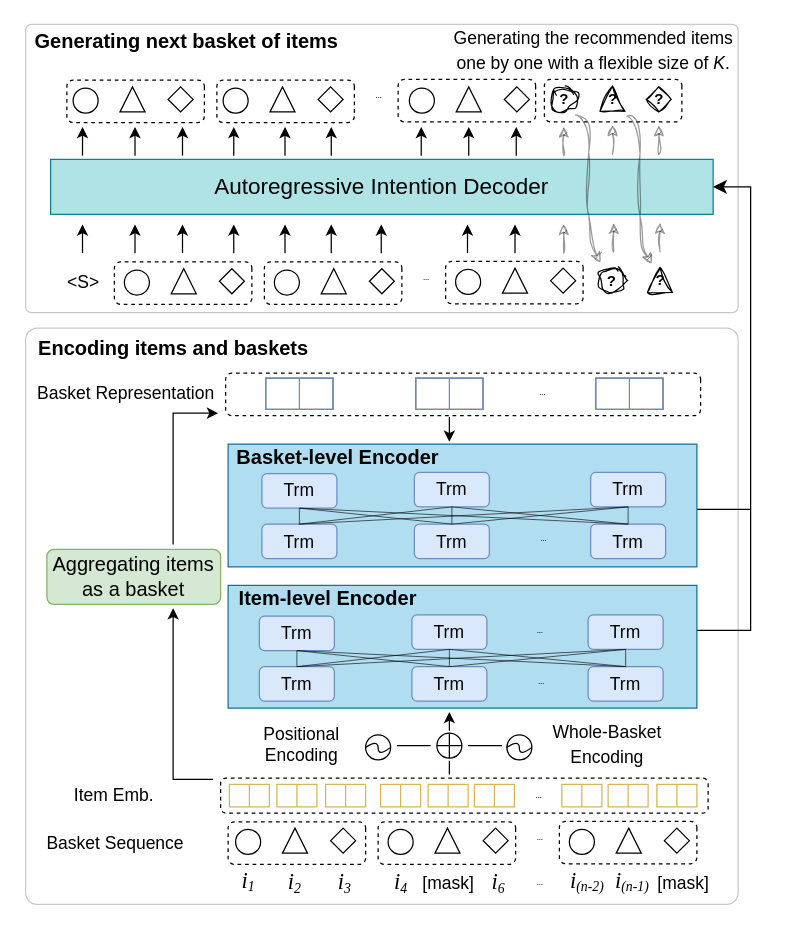
Earlier version of the draw.io diagram architecture.drawio (wenqisun/data). Source tidied: cells renumbered, new cells numbered last; positions are measured from the earlier drawing's top-left corner, leaving out a move shared by most shapes. Both pictures are drawn from the tidied source at 125%, with x=0, y=0 at pixel (21, 21).
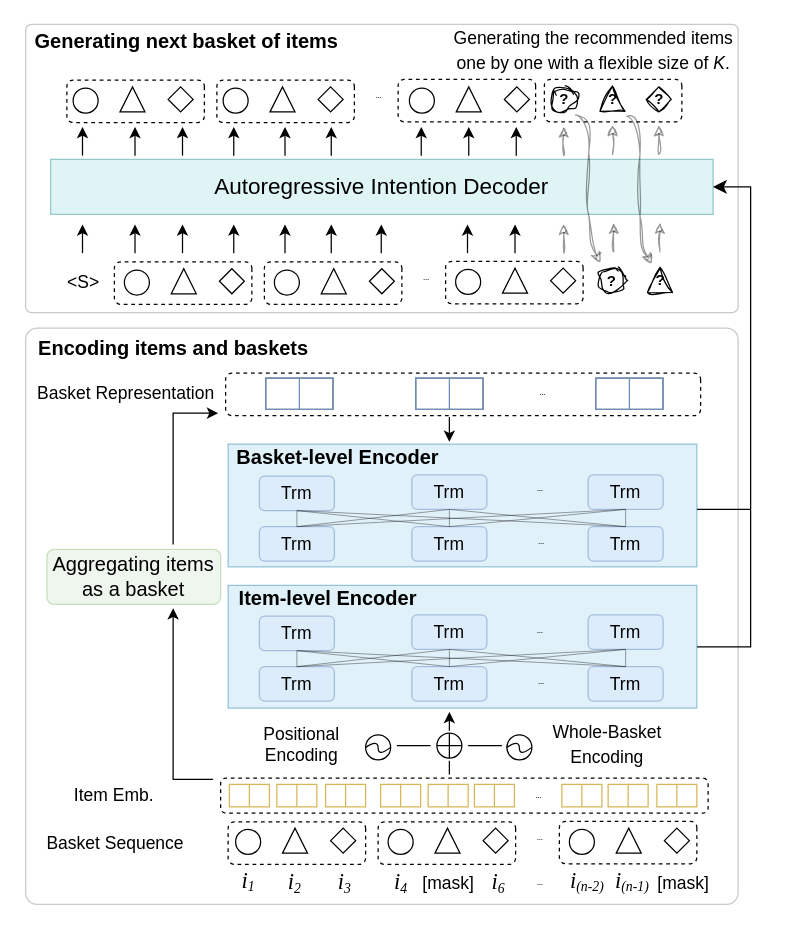
The same page after the edit.

Unchanged cells that the change refers to:
```xml
<mxCell id="76" style="group;" parent="1" vertex="1">
  <mxGeometry x="164" y="445" width="376" height="116" as="geometry" />
</mxCell>
```

The edit, as a diff of the source:
```diff
@@
-    <mxCell id="6" value="&lt;font style=&quot;font-size: 16px;&quot;&gt;Aggregating items &lt;br&gt;as a basket&lt;/font&gt;" style="rounded=1;whiteSpace=wrap;html=1;fontSize=14;fillColor=#d5e8d4;strokeColor=#82b366;arcSize=13;gradientColor=none;" parent="1" vertex="1">
+    <mxCell id="6" value="&lt;font style=&quot;font-size: 16px;&quot;&gt;Aggregating items &lt;br&gt;as a basket&lt;/font&gt;" style="rounded=1;whiteSpace=wrap;html=1;fontSize=14;fillColor=#d5e8d4;strokeColor=#82b366;arcSize=13;gradientColor=none;opacity=40;" parent="1" vertex="1">
       <mxGeometry x="20" y="422" width="139" height="44" as="geometry" />
     </mxCell>
@@
-    <mxCell id="17" value="&lt;font style=&quot;font-size: 18px;&quot;&gt;Autoregressive Intention Decoder&lt;/font&gt;" style="rounded=0;whiteSpace=wrap;html=1;fillColor=#b0e3e6;strokeColor=#0e8088;" parent="1" vertex="1">
+    <mxCell id="17" value="&lt;font style=&quot;font-size: 18px;&quot;&gt;Autoregressive Intention Decoder&lt;/font&gt;" style="rounded=0;whiteSpace=wrap;html=1;fillColor=#b0e3e6;strokeColor=#0e8088;opacity=40;" parent="1" vertex="1">
       <mxGeometry x="23" y="110" width="530" height="44" as="geometry" />
     </mxCell>
@@
-    <mxCell id="45" style="edgeStyle=elbowEdgeStyle;elbow=horizontal;endArrow=classic;html=1;curved=0;rounded=0;endSize=8;startSize=8;fontFamily=Lucida Console;fontSize=12;entryX=1;entryY=0.5;entryDx=0;entryDy=0;exitX=0.987;exitY=0.366;exitDx=0;exitDy=0;exitPerimeter=0;" parent="1" edge="1" source="77" target="17">
+    <mxCell id="45" style="edgeStyle=elbowEdgeStyle;elbow=horizontal;endArrow=classic;html=1;curved=0;rounded=0;endSize=8;startSize=8;fontFamily=Lucida Console;fontSize=12;entryX=1;entryY=0.5;entryDx=0;entryDy=0;exitX=1;exitY=0.5;exitDx=0;exitDy=0;" parent="1" edge="1" source="77" target="17">
       <mxGeometry relative="1" as="geometry">
         <Array as="points">
           <mxPoint x="583" y="294" />
         </Array>
       </mxGeometry>
     </mxCell>
@@
-    <mxCell id="73" style="group;" parent="1" vertex="1">
+    <mxCell id="73" style="group;opacity=40;" parent="1" vertex="1">
       <mxGeometry x="164" y="332" width="376" height="116" as="geometry" />
     </mxCell>
-    <mxCell id="74" style="rounded=0;whiteSpace=wrap;html=1;fillColor=#b1ddf0;strokeColor=#10739e;" parent="73" vertex="1">
+    <mxCell id="74" style="rounded=0;whiteSpace=wrap;html=1;fillColor=#b1ddf0;strokeColor=#10739e;opacity=40;" parent="73" vertex="1">
       <mxGeometry x="1" y="5.8" width="375" height="98.2" as="geometry" />
     </mxCell>
@@
-    <mxCell id="77" style="rounded=0;whiteSpace=wrap;html=1;fillColor=#b1ddf0;strokeColor=#10739e;" parent="76" vertex="1">
+    <mxCell id="77" style="rounded=0;whiteSpace=wrap;html=1;fillColor=#b1ddf0;strokeColor=#10739e;opacity=40;" parent="76" vertex="1">
       <mxGeometry x="1" y="5.8" width="375" height="98.2" as="geometry" />
     </mxCell>
-    <mxCell id="78" value="&lt;font style=&quot;font-size: 14px;&quot;&gt;Trm&lt;/font&gt;" style="rounded=1;whiteSpace=wrap;html=1;fillColor=#dae8fc;strokeColor=#6c8ebf;gradientColor=none;" parent="76" vertex="1">
+    <mxCell id="78" value="&lt;font style=&quot;font-size: 14px;&quot;&gt;Trm&lt;/font&gt;" style="rounded=1;whiteSpace=wrap;html=1;fillColor=#dae8fc;strokeColor=#6c8ebf;gradientColor=none;opacity=50;" parent="76" vertex="1">
       <mxGeometry x="26" y="30.4" width="60" height="27.6" as="geometry" />
     </mxCell>
-    <mxCell id="79" value="&lt;font style=&quot;font-size: 14px;&quot;&gt;Trm&lt;/font&gt;" style="rounded=1;whiteSpace=wrap;html=1;fillColor=#dae8fc;strokeColor=#6c8ebf;" parent="76" vertex="1">
+    <mxCell id="79" value="&lt;font style=&quot;font-size: 14px;&quot;&gt;Trm&lt;/font&gt;" style="rounded=1;whiteSpace=wrap;html=1;fillColor=#dae8fc;strokeColor=#6c8ebf;opacity=50;" parent="76" vertex="1">
       <mxGeometry x="148" y="29.4" width="60" height="27.6" as="geometry" />
     </mxCell>
-    <mxCell id="80" value="&lt;font style=&quot;font-size: 14px;&quot;&gt;Trm&lt;/font&gt;" style="rounded=1;whiteSpace=wrap;html=1;fillColor=#dae8fc;strokeColor=#6c8ebf;" parent="76" vertex="1">
+    <mxCell id="80" value="&lt;font style=&quot;font-size: 14px;&quot;&gt;Trm&lt;/font&gt;" style="rounded=1;whiteSpace=wrap;html=1;fillColor=#dae8fc;strokeColor=#6c8ebf;opacity=50;" parent="76" vertex="1">
       <mxGeometry x="289" y="29.4" width="60" height="27.6" as="geometry" />
     </mxCell>
-    <mxCell id="81" value="&lt;font style=&quot;font-size: 14px;&quot;&gt;Trm&lt;/font&gt;" style="rounded=1;whiteSpace=wrap;html=1;fillColor=#dae8fc;strokeColor=#6c8ebf;" parent="76" vertex="1">
+    <mxCell id="81" value="&lt;font style=&quot;font-size: 14px;&quot;&gt;Trm&lt;/font&gt;" style="rounded=1;whiteSpace=wrap;html=1;fillColor=#dae8fc;strokeColor=#6c8ebf;opacity=50;" parent="76" vertex="1">
       <mxGeometry x="26" y="70.8" width="60" height="27.6" as="geometry" />
     </mxCell>
-    <mxCell id="82" value="&lt;font style=&quot;font-size: 14px;&quot;&gt;Trm&lt;/font&gt;" style="rounded=1;whiteSpace=wrap;html=1;fillColor=#dae8fc;strokeColor=#6c8ebf;" parent="76" vertex="1">
+    <mxCell id="82" value="&lt;font style=&quot;font-size: 14px;&quot;&gt;Trm&lt;/font&gt;" style="rounded=1;whiteSpace=wrap;html=1;fillColor=#dae8fc;strokeColor=#6c8ebf;opacity=50;" parent="76" vertex="1">
       <mxGeometry x="148" y="70.8" width="60" height="27.6" as="geometry" />
     </mxCell>
-    <mxCell id="83" value="&lt;font style=&quot;font-size: 14px;&quot;&gt;Trm&lt;/font&gt;" style="rounded=1;whiteSpace=wrap;html=1;fillColor=#dae8fc;strokeColor=#6c8ebf;" parent="76" vertex="1">
+    <mxCell id="83" value="&lt;font style=&quot;font-size: 14px;&quot;&gt;Trm&lt;/font&gt;" style="rounded=1;whiteSpace=wrap;html=1;fillColor=#dae8fc;strokeColor=#6c8ebf;opacity=50;" parent="76" vertex="1">
       <mxGeometry x="289" y="70.8" width="60" height="27.6" as="geometry" />
     </mxCell>
@@
-    <mxCell id="87" style="endArrow=none;html=1;rounded=0;entryX=0.5;entryY=1;entryDx=0;entryDy=0;exitX=0.5;exitY=0;exitDx=0;exitDy=0;strokeWidth=0.5;" parent="76" edge="1" source="81" target="78">
-      <mxGeometry relative="1" as="geometry" />
-    </mxCell>
+    <mxCell id="95" style="endArrow=none;html=1;rounded=0;entryX=0.5;entryY=1;entryDx=0;entryDy=0;strokeWidth=0.3;exitX=0.5;exitY=0;exitDx=0;exitDy=0;" parent="76" edge="1" source="82" target="80">
+      <mxGeometry relative="1" as="geometry" />
+    </mxCell>
+    <mxCell id="195" style="endArrow=none;html=1;rounded=0;entryX=0.5;entryY=0;entryDx=0;entryDy=0;strokeWidth=0.3;exitX=0.5;exitY=1;exitDx=0;exitDy=0;" parent="76" edge="1" source="78" target="81">
+      <mxGeometry relative="1" as="geometry" />
+    </mxCell>
+    <mxCell id="91" style="endArrow=none;html=1;rounded=0;entryX=0.5;entryY=1;entryDx=0;entryDy=0;strokeWidth=0.3;exitX=0.5;exitY=0;exitDx=0;exitDy=0;" parent="76" edge="1" source="82" target="78">
+      <mxGeometry relative="1" as="geometry" />
+    </mxCell>
+    <mxCell id="196" style="endArrow=none;html=1;rounded=0;entryX=0.5;entryY=1;entryDx=0;entryDy=0;strokeWidth=0.3;exitX=0.5;exitY=0;exitDx=0;exitDy=0;" parent="76" edge="1" source="83" target="78">
+      <mxGeometry relative="1" as="geometry" />
+    </mxCell>
-    <mxCell id="88" style="endArrow=none;html=1;rounded=0;entryX=0.5;entryY=1;entryDx=0;entryDy=0;strokeWidth=0.5;exitX=0.5;exitY=0;exitDx=0;exitDy=0;" parent="76" edge="1" source="81" target="79">
+    <mxCell id="88" style="endArrow=none;html=1;rounded=0;entryX=0.5;entryY=1;entryDx=0;entryDy=0;strokeWidth=0.3;exitX=0.5;exitY=0;exitDx=0;exitDy=0;" parent="76" edge="1" source="81" target="79">
       <mxGeometry relative="1" as="geometry" />
     </mxCell>
-    <mxCell id="89" style="endArrow=none;html=1;rounded=0;entryX=0.5;entryY=1;entryDx=0;entryDy=0;strokeWidth=0.5;exitX=0.5;exitY=0;exitDx=0;exitDy=0;" parent="76" edge="1" source="81" target="80">
-      <mxGeometry relative="1" as="geometry" />
-    </mxCell>
-    <mxCell id="90" style="endArrow=none;html=1;rounded=0;entryX=0.5;entryY=1;entryDx=0;entryDy=0;exitX=0.5;exitY=0;exitDx=0;exitDy=0;strokeWidth=0.5;" parent="76" edge="1" source="82" target="79">
+    <mxCell id="90" style="endArrow=none;html=1;rounded=0;entryX=0.5;entryY=1;entryDx=0;entryDy=0;strokeWidth=0.3;exitX=0.5;exitY=0;exitDx=0;exitDy=0;" parent="76" edge="1" source="82" target="79">
       <mxGeometry relative="1" as="geometry" />
     </mxCell>
-    <mxCell id="91" style="endArrow=none;html=1;rounded=0;entryX=0.5;entryY=1;entryDx=0;entryDy=0;exitX=0.5;exitY=0;exitDx=0;exitDy=0;strokeWidth=0.5;" parent="76" edge="1" source="82" target="78">
-      <mxGeometry relative="1" as="geometry" />
-    </mxCell>
-    <mxCell id="92" style="endArrow=none;html=1;rounded=0;entryX=0.5;entryY=1;entryDx=0;entryDy=0;strokeWidth=0.5;exitX=0.5;exitY=0;exitDx=0;exitDy=0;" parent="76" edge="1" source="82" target="80">
-      <mxGeometry relative="1" as="geometry" />
-    </mxCell>
-    <mxCell id="93" style="endArrow=none;html=1;rounded=0;entryX=0.5;entryY=1;entryDx=0;entryDy=0;exitX=0.5;exitY=0;exitDx=0;exitDy=0;strokeWidth=0.5;" parent="76" edge="1" source="83" target="80">
-      <mxGeometry relative="1" as="geometry" />
-    </mxCell>
-    <mxCell id="94" style="endArrow=none;html=1;rounded=0;exitX=0.5;exitY=0;exitDx=0;exitDy=0;strokeWidth=0.5;entryX=0.5;entryY=1;entryDx=0;entryDy=0;" parent="76" edge="1" source="83" target="79">
-      <mxGeometry relative="1" as="geometry" />
-    </mxCell>
-    <mxCell id="95" style="endArrow=none;html=1;rounded=0;entryX=0.5;entryY=1;entryDx=0;entryDy=0;exitX=0.5;exitY=0;exitDx=0;exitDy=0;strokeWidth=0.5;" parent="76" edge="1" source="83" target="78">
-      <mxGeometry relative="1" as="geometry" />
-    </mxCell>
+    <mxCell id="197" style="endArrow=none;html=1;rounded=0;entryX=0.5;entryY=0;entryDx=0;entryDy=0;strokeWidth=0.3;exitX=0.5;exitY=1;exitDx=0;exitDy=0;" parent="76" edge="1" source="79" target="83">
+      <mxGeometry relative="1" as="geometry" />
+    </mxCell>
+    <mxCell id="198" style="endArrow=none;html=1;rounded=0;entryX=0.5;entryY=0;entryDx=0;entryDy=0;strokeWidth=0.3;exitX=0.5;exitY=1;exitDx=0;exitDy=0;" parent="76" edge="1" source="80" target="83">
+      <mxGeometry relative="1" as="geometry" />
+    </mxCell>
+    <mxCell id="199" style="endArrow=none;html=1;rounded=0;entryX=0.5;entryY=0;entryDx=0;entryDy=0;strokeWidth=0.3;exitX=0.5;exitY=1;exitDx=0;exitDy=0;" parent="76" edge="1" source="80" target="81">
+      <mxGeometry relative="1" as="geometry" />
+    </mxCell>
@@
-    <mxCell id="115" value="&lt;font style=&quot;font-size: 14px;&quot;&gt;Trm&lt;/font&gt;" style="rounded=1;whiteSpace=wrap;html=1;fillColor=#dae8fc;strokeColor=#6c8ebf;" parent="1" vertex="1">
-      <mxGeometry x="192" y="361.4" width="60" height="27.6" as="geometry" />
-    </mxCell>
-    <mxCell id="116" value="&lt;font style=&quot;font-size: 14px;&quot;&gt;Trm&lt;/font&gt;" style="rounded=1;whiteSpace=wrap;html=1;fillColor=#dae8fc;strokeColor=#6c8ebf;" parent="1" vertex="1">
-      <mxGeometry x="314" y="360.4" width="60" height="27.6" as="geometry" />
-    </mxCell>
-    <mxCell id="117" value="&lt;font style=&quot;font-size: 14px;&quot;&gt;Trm&lt;/font&gt;" style="rounded=1;whiteSpace=wrap;html=1;fillColor=#dae8fc;strokeColor=#6c8ebf;" parent="1" vertex="1">
-      <mxGeometry x="455" y="360.4" width="60" height="27.6" as="geometry" />
-    </mxCell>
-    <mxCell id="118" value="&lt;font style=&quot;font-size: 14px;&quot;&gt;Trm&lt;/font&gt;" style="rounded=1;whiteSpace=wrap;html=1;fillColor=#dae8fc;strokeColor=#6c8ebf;" parent="1" vertex="1">
-      <mxGeometry x="192" y="401.8" width="60" height="27.6" as="geometry" />
-    </mxCell>
-    <mxCell id="119" value="&lt;font style=&quot;font-size: 14px;&quot;&gt;Trm&lt;/font&gt;" style="rounded=1;whiteSpace=wrap;html=1;fillColor=#dae8fc;strokeColor=#6c8ebf;" parent="1" vertex="1">
-      <mxGeometry x="314" y="401.8" width="60" height="27.6" as="geometry" />
-    </mxCell>
-    <mxCell id="120" value="&lt;font style=&quot;font-size: 14px;&quot;&gt;Trm&lt;/font&gt;" style="rounded=1;whiteSpace=wrap;html=1;fillColor=#dae8fc;strokeColor=#6c8ebf;" parent="1" vertex="1">
-      <mxGeometry x="455" y="401.8" width="60" height="27.6" as="geometry" />
-    </mxCell>
-    <mxCell id="121" value="&lt;p style=&quot;line-height: 0%;&quot;&gt;&lt;font face=&quot;Comic Sans MS&quot;&gt;&lt;span style=&quot;font-size: 11px;&quot;&gt;...&lt;/span&gt;&lt;/font&gt;&lt;/p&gt;" style="text;strokeColor=none;align=center;fillColor=none;html=1;verticalAlign=middle;whiteSpace=wrap;rounded=0;dashed=1;" parent="1" vertex="1">
-      <mxGeometry x="403" y="398.1" width="30" height="27.6" as="geometry" />
-    </mxCell>
-    <mxCell id="122" style="endArrow=none;html=1;rounded=0;entryX=0.5;entryY=1;entryDx=0;entryDy=0;exitX=0.5;exitY=0;exitDx=0;exitDy=0;strokeWidth=0.5;" parent="1" edge="1" source="118" target="115">
-      <mxGeometry relative="1" as="geometry" />
-    </mxCell>
-    <mxCell id="123" style="endArrow=none;html=1;rounded=0;entryX=0.5;entryY=1;entryDx=0;entryDy=0;strokeWidth=0.5;exitX=0.5;exitY=0;exitDx=0;exitDy=0;" parent="1" edge="1" source="118" target="116">
-      <mxGeometry relative="1" as="geometry" />
-    </mxCell>
-    <mxCell id="124" style="endArrow=none;html=1;rounded=0;entryX=0.5;entryY=1;entryDx=0;entryDy=0;strokeWidth=0.5;exitX=0.5;exitY=0;exitDx=0;exitDy=0;" parent="1" edge="1" source="118" target="117">
-      <mxGeometry relative="1" as="geometry" />
-    </mxCell>
-    <mxCell id="125" style="endArrow=none;html=1;rounded=0;entryX=0.5;entryY=1;entryDx=0;entryDy=0;exitX=0.5;exitY=0;exitDx=0;exitDy=0;strokeWidth=0.5;" parent="1" edge="1" source="119" target="116">
-      <mxGeometry relative="1" as="geometry" />
-    </mxCell>
-    <mxCell id="126" style="endArrow=none;html=1;rounded=0;entryX=0.5;entryY=1;entryDx=0;entryDy=0;exitX=0.5;exitY=0;exitDx=0;exitDy=0;strokeWidth=0.5;" parent="1" edge="1" source="119" target="115">
-      <mxGeometry relative="1" as="geometry" />
-    </mxCell>
-    <mxCell id="127" style="endArrow=none;html=1;rounded=0;entryX=0.5;entryY=1;entryDx=0;entryDy=0;strokeWidth=0.5;exitX=0.5;exitY=0;exitDx=0;exitDy=0;" parent="1" edge="1" source="119" target="117">
-      <mxGeometry relative="1" as="geometry" />
-    </mxCell>
-    <mxCell id="128" style="endArrow=none;html=1;rounded=0;entryX=0.5;entryY=1;entryDx=0;entryDy=0;exitX=0.5;exitY=0;exitDx=0;exitDy=0;strokeWidth=0.5;" parent="1" edge="1" source="120" target="117">
-      <mxGeometry relative="1" as="geometry" />
-    </mxCell>
-    <mxCell id="129" style="endArrow=none;html=1;rounded=0;exitX=0.5;exitY=0;exitDx=0;exitDy=0;strokeWidth=0.5;entryX=0.5;entryY=1;entryDx=0;entryDy=0;" parent="1" edge="1" source="120" target="116">
-      <mxGeometry relative="1" as="geometry" />
-    </mxCell>
-    <mxCell id="130" style="endArrow=none;html=1;rounded=0;entryX=0.5;entryY=1;entryDx=0;entryDy=0;exitX=0.5;exitY=0;exitDx=0;exitDy=0;strokeWidth=0.5;" parent="1" edge="1" source="120" target="115">
-      <mxGeometry relative="1" as="geometry" />
-    </mxCell>
@@
+    <mxCell id="200" value="&lt;font style=&quot;font-size: 14px;&quot;&gt;Trm&lt;/font&gt;" style="rounded=1;whiteSpace=wrap;html=1;fillColor=#dae8fc;strokeColor=#6c8ebf;gradientColor=none;opacity=50;" parent="1" vertex="1">
+      <mxGeometry x="190" y="363.4" width="60" height="27.6" as="geometry" />
+    </mxCell>
+    <mxCell id="201" value="&lt;font style=&quot;font-size: 14px;&quot;&gt;Trm&lt;/font&gt;" style="rounded=1;whiteSpace=wrap;html=1;fillColor=#dae8fc;strokeColor=#6c8ebf;opacity=50;" parent="1" vertex="1">
+      <mxGeometry x="312" y="362.4" width="60" height="27.6" as="geometry" />
+    </mxCell>
+    <mxCell id="202" value="&lt;font style=&quot;font-size: 14px;&quot;&gt;Trm&lt;/font&gt;" style="rounded=1;whiteSpace=wrap;html=1;fillColor=#dae8fc;strokeColor=#6c8ebf;opacity=50;" parent="1" vertex="1">
+      <mxGeometry x="453" y="362.4" width="60" height="27.6" as="geometry" />
+    </mxCell>
+    <mxCell id="203" value="&lt;font style=&quot;font-size: 14px;&quot;&gt;Trm&lt;/font&gt;" style="rounded=1;whiteSpace=wrap;html=1;fillColor=#dae8fc;strokeColor=#6c8ebf;opacity=50;" parent="1" vertex="1">
+      <mxGeometry x="190" y="403.8" width="60" height="27.6" as="geometry" />
+    </mxCell>
+    <mxCell id="204" value="&lt;font style=&quot;font-size: 14px;&quot;&gt;Trm&lt;/font&gt;" style="rounded=1;whiteSpace=wrap;html=1;fillColor=#dae8fc;strokeColor=#6c8ebf;opacity=50;" parent="1" vertex="1">
+      <mxGeometry x="312" y="403.8" width="60" height="27.6" as="geometry" />
+    </mxCell>
+    <mxCell id="205" value="&lt;font style=&quot;font-size: 14px;&quot;&gt;Trm&lt;/font&gt;" style="rounded=1;whiteSpace=wrap;html=1;fillColor=#dae8fc;strokeColor=#6c8ebf;opacity=50;" parent="1" vertex="1">
+      <mxGeometry x="453" y="403.8" width="60" height="27.6" as="geometry" />
+    </mxCell>
+    <mxCell id="206" value="&lt;p style=&quot;line-height: 0%;&quot;&gt;&lt;font face=&quot;Comic Sans MS&quot;&gt;&lt;span style=&quot;font-size: 11px;&quot;&gt;...&lt;/span&gt;&lt;/font&gt;&lt;/p&gt;" style="text;strokeColor=none;align=center;fillColor=none;html=1;verticalAlign=middle;whiteSpace=wrap;rounded=0;dashed=1;" parent="1" vertex="1">
+      <mxGeometry x="401" y="400.1" width="30" height="27.6" as="geometry" />
+    </mxCell>
+    <mxCell id="207" style="endArrow=none;html=1;rounded=0;entryX=0.5;entryY=1;entryDx=0;entryDy=0;strokeWidth=0.3;exitX=0.5;exitY=0;exitDx=0;exitDy=0;" parent="1" edge="1" source="204" target="202">
+      <mxGeometry relative="1" as="geometry" />
+    </mxCell>
+    <mxCell id="208" style="endArrow=none;html=1;rounded=0;entryX=0.5;entryY=0;entryDx=0;entryDy=0;strokeWidth=0.3;exitX=0.5;exitY=1;exitDx=0;exitDy=0;" parent="1" edge="1" source="200" target="203">
+      <mxGeometry relative="1" as="geometry" />
+    </mxCell>
+    <mxCell id="209" style="endArrow=none;html=1;rounded=0;entryX=0.5;entryY=1;entryDx=0;entryDy=0;strokeWidth=0.3;exitX=0.5;exitY=0;exitDx=0;exitDy=0;" parent="1" edge="1" source="204" target="200">
+      <mxGeometry relative="1" as="geometry" />
+    </mxCell>
+    <mxCell id="210" style="endArrow=none;html=1;rounded=0;entryX=0.5;entryY=1;entryDx=0;entryDy=0;strokeWidth=0.3;exitX=0.5;exitY=0;exitDx=0;exitDy=0;" parent="1" edge="1" source="205" target="200">
+      <mxGeometry relative="1" as="geometry" />
+    </mxCell>
+    <mxCell id="211" style="endArrow=none;html=1;rounded=0;entryX=0.5;entryY=1;entryDx=0;entryDy=0;strokeWidth=0.3;exitX=0.5;exitY=0;exitDx=0;exitDy=0;" parent="1" edge="1" source="203" target="201">
+      <mxGeometry relative="1" as="geometry" />
+    </mxCell>
+    <mxCell id="212" style="endArrow=none;html=1;rounded=0;entryX=0.5;entryY=1;entryDx=0;entryDy=0;strokeWidth=0.3;exitX=0.5;exitY=0;exitDx=0;exitDy=0;" parent="1" edge="1" source="204" target="201">
+      <mxGeometry relative="1" as="geometry" />
+    </mxCell>
+    <mxCell id="213" style="endArrow=none;html=1;rounded=0;entryX=0.5;entryY=0;entryDx=0;entryDy=0;strokeWidth=0.3;exitX=0.5;exitY=1;exitDx=0;exitDy=0;" parent="1" edge="1" source="201" target="205">
+      <mxGeometry relative="1" as="geometry" />
+    </mxCell>
+    <mxCell id="214" style="endArrow=none;html=1;rounded=0;entryX=0.5;entryY=0;entryDx=0;entryDy=0;strokeWidth=0.3;exitX=0.5;exitY=1;exitDx=0;exitDy=0;" parent="1" edge="1" source="202" target="205">
+      <mxGeometry relative="1" as="geometry" />
+    </mxCell>
+    <mxCell id="215" style="endArrow=none;html=1;rounded=0;entryX=0.5;entryY=0;entryDx=0;entryDy=0;strokeWidth=0.3;exitX=0.5;exitY=1;exitDx=0;exitDy=0;" parent="1" edge="1" source="202" target="203">
+      <mxGeometry relative="1" as="geometry" />
+    </mxCell>
+    <mxCell id="216" value="&lt;p style=&quot;line-height: 0%;&quot;&gt;&lt;font face=&quot;Comic Sans MS&quot;&gt;&lt;span style=&quot;font-size: 11px;&quot;&gt;...&lt;/span&gt;&lt;/font&gt;&lt;/p&gt;" style="text;strokeColor=none;align=center;fillColor=none;html=1;verticalAlign=middle;whiteSpace=wrap;rounded=0;dashed=1;" parent="1" vertex="1">
+      <mxGeometry x="400" y="357.8" width="30" height="27.6" as="geometry" />
+    </mxCell>
```
